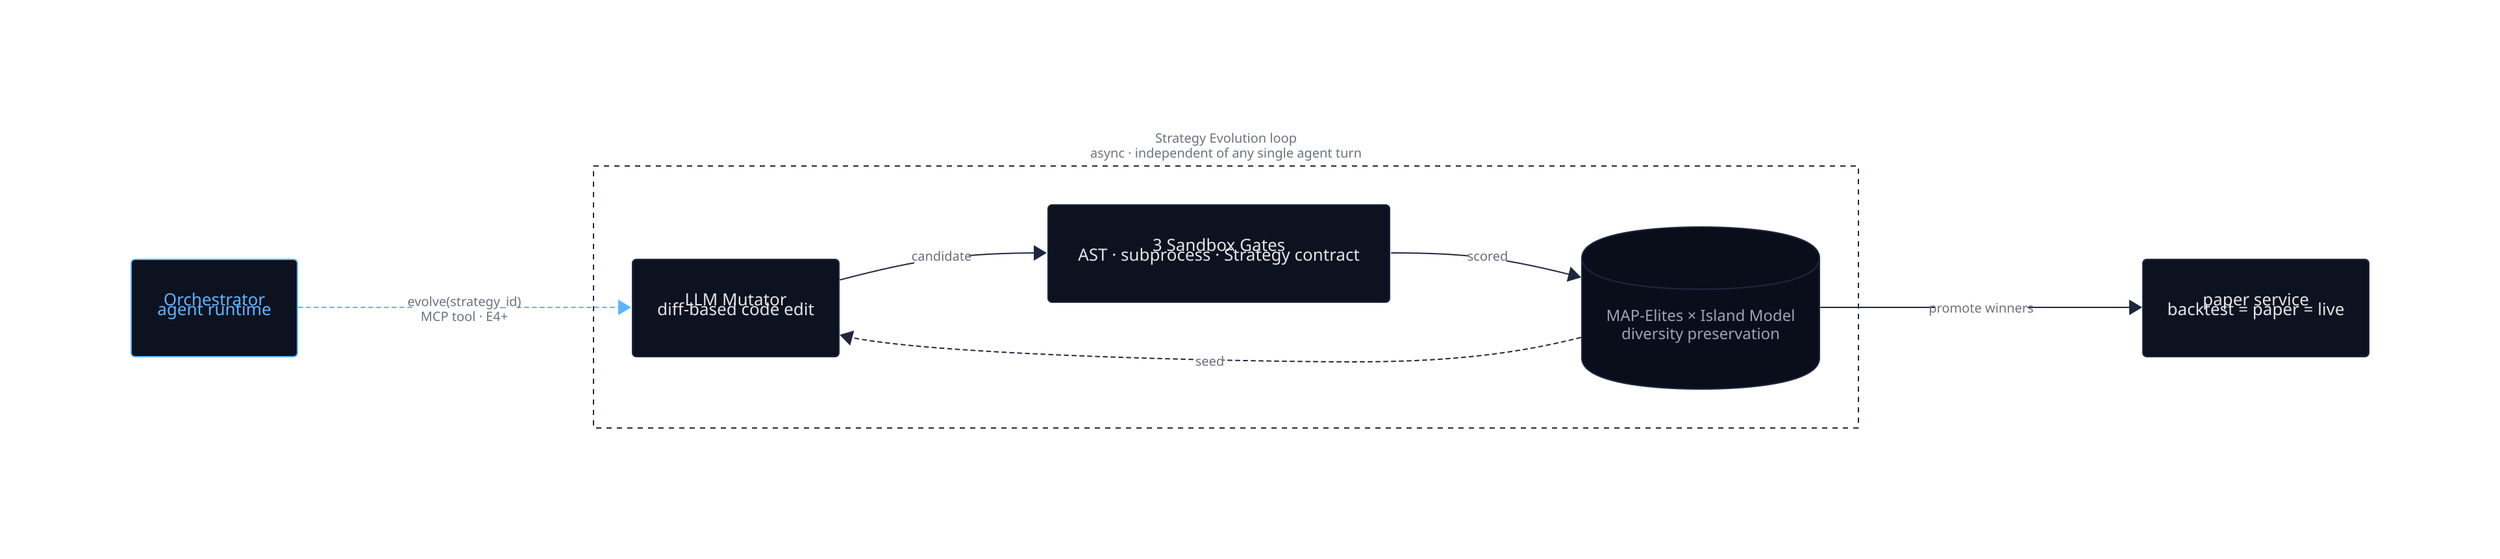
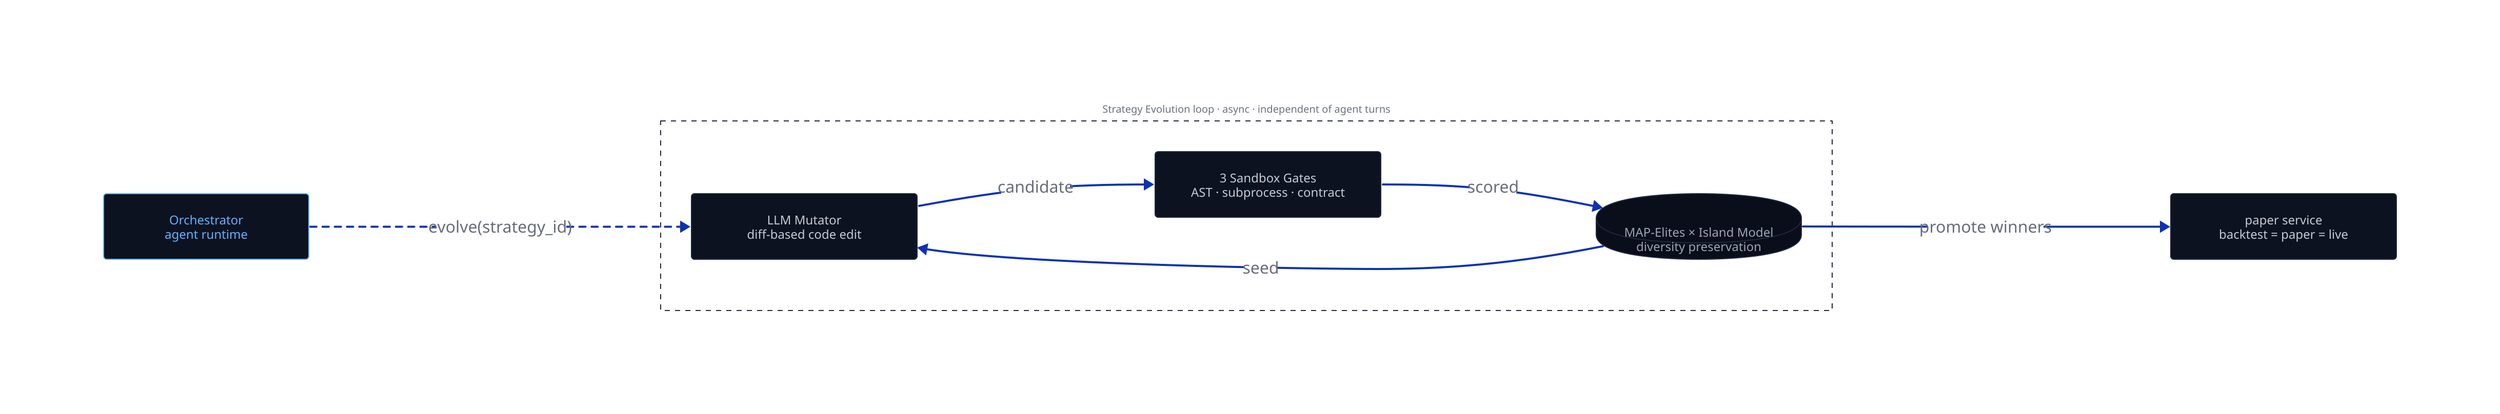
# Inalpha · Strategy Evolution loop (ADR-0020)
# Aesthetic: engineering schematic · terminal · broadsheet
#
# Regenerate:
- #   d2 --theme=0 --pad=32 assets/strategy-evolution.d2 assets/strategy-evolution.svg
+ #   d2 --theme=0 --pad=40 assets/strategy-evolution.d2 assets/strategy-evolution.svg

direction: right

vars: {
  d2-config: {
    layout-engine: elk
    theme-id: 0
  }
}

classes: {
  node: {
+     width: 220; height: 64
    style: {
      stroke: "#1f2740"; stroke-width: 1
-       fill: "#0d1220"; font-color: "#e5e5e7"
-       border-radius: 3; font-size: 13
+       fill: "#0d1220"; font-color: "#c4c9d4"
+       border-radius: 3; font-size: 12
    }
  }
-   node-accent: {
+   node-cyan: {
+     width: 200; height: 64
    style: {
      stroke: "#5fb3ff"; stroke-width: 1
      fill: "#0d1220"; font-color: "#5fb3ff"
-       border-radius: 3; font-size: 13
+       border-radius: 3; font-size: 12
    }
  }
  cyl: {
+     width: 200; height: 64
    style: {
      stroke: "#1f2740"; stroke-width: 1
      fill: "#0a0e1a"; font-color: "#9ba3b4"
      font-size: 12
    }
  }
  loop: {
    style: {
-       stroke: "#1f2740"; stroke-width: 1; stroke-dash: 4
+       stroke: "#1f2740"; stroke-width: 1; stroke-dash: 5
      fill: "transparent"; font-color: "#6b7280"; font-size: 10
    }
  }
}

- orch: "Orchestrator\nagent runtime\n\n" { class: node-accent }
+ orch: "Orchestrator\nagent runtime" { class: node-cyan }

- loop: "Strategy Evolution loop\nasync · independent of any single agent turn" {
+ loop: "Strategy Evolution loop  ·  async · independent of agent turns" {
  class: loop

-   mutator: "LLM Mutator\ndiff-based code edit\n\n" { class: node }
-   sbox:    "3 Sandbox Gates\nAST · subprocess · Strategy contract\n\n" { class: node }
+   mutator: "LLM Mutator\ndiff-based code edit" { class: node }
+   sbox:    "3 Sandbox Gates\nAST · subprocess · contract" { class: node }
  mape:    "MAP-Elites × Island Model\ndiversity preservation" { class: cyl; shape: cylinder }

-   mutator -> sbox: "candidate" { style: { stroke: "#1f2740"; stroke-width: 1; font-size: 10 } }
-   sbox -> mape:    "scored"    { style: { stroke: "#1f2740"; stroke-width: 1; font-size: 10 } }
-   mape -> mutator: "seed"      { style: { stroke: "#1f2740"; stroke-width: 1; stroke-dash: 3; font-size: 10 } }
+   mutator -> sbox: "candidate"
+   sbox -> mape:    "scored"
+   mape -> mutator: "seed"
}

- paper: "paper service\nbacktest = paper = live\n\n" { class: node }
+ paper: "paper service\nbacktest = paper = live" { class: node }

- orch -> loop.mutator: "evolve(strategy_id)\nMCP tool · E4+" { style: { stroke: "#5fb3ff"; stroke-width: 1; stroke-dash: 3; font-color: "#6b7280"; font-size: 10 } }
- loop.mape -> paper:   "promote winners" { style: { stroke: "#1f2740"; stroke-width: 1; font-color: "#6b7280"; font-size: 10 } }
+ orch -> loop.mutator: "evolve(strategy_id)" { style: { stroke-dash: 3 } }
+ loop.mape -> paper:   "promote winners"
